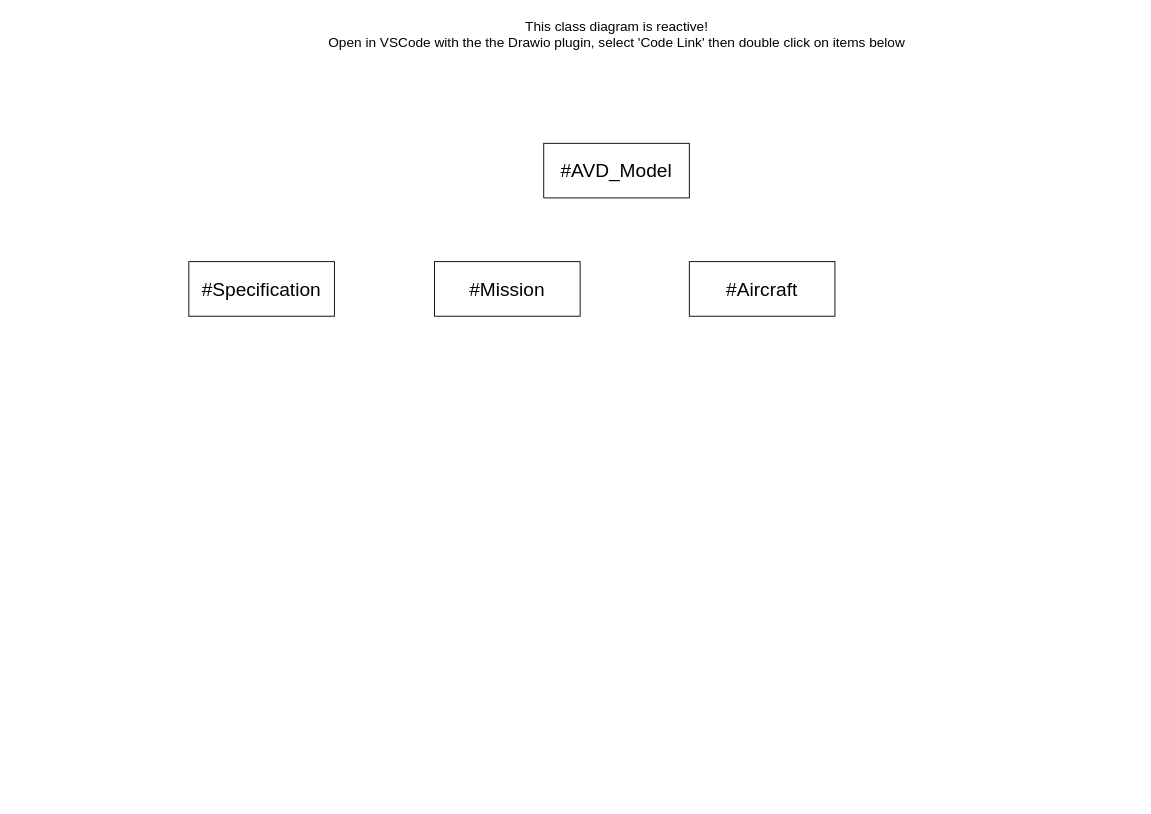
AVD-2021/PyAVD keeps this draw.io diagram as pyavd/Models/Outline.drawio. Above is the earlier version. Source tidied: cells renumbered, new cells numbered last; positions are measured from the earlier drawing's top-left corner, leaving out a move shared by most shapes. Both pictures are drawn from the tidied source at 91%, with x=0, y=0 at pixel (188, 15).
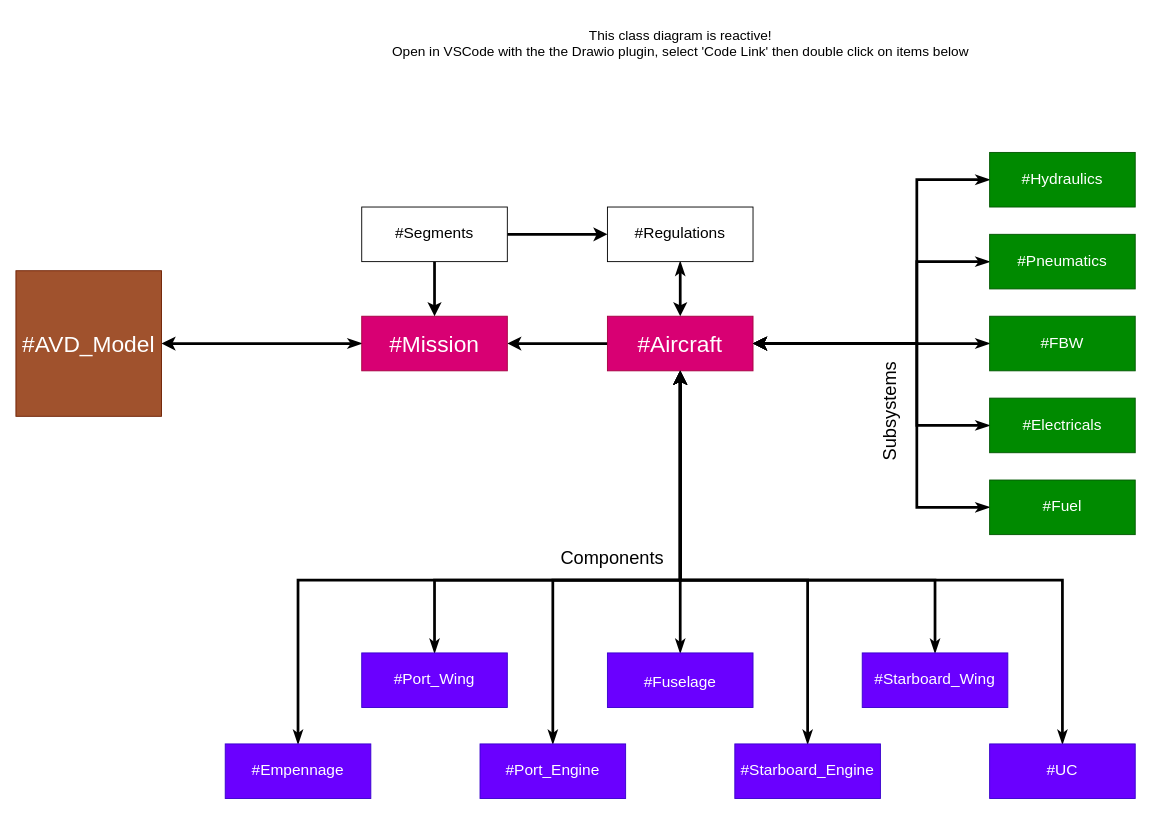
The same diagram, later.

Change to the diagram source:
```diff
@@
+    <mxCell id="7" style="edgeStyle=orthogonalEdgeStyle;rounded=0;jettySize=auto;html=1;entryX=1;entryY=0.5;entryDx=0;entryDy=0;strokeWidth=3;" parent="1" edge="1" source="2" target="4">
+      <mxGeometry relative="1" as="geometry" />
+    </mxCell>
-    <mxCell id="2" value="#Aircraft" style="whiteSpace=wrap;html=1;fontSize=21;" parent="1" vertex="1">
-      <mxGeometry x="550" y="270" width="160" height="60" as="geometry" />
+    <mxCell id="2" value="#Aircraft" style="whiteSpace=wrap;html=1;fontSize=25;fillColor=#d80073;strokeColor=#A50040;fontColor=#ffffff;" parent="1" vertex="1">
+      <mxGeometry x="460" y="330" width="160" height="60" as="geometry" />
     </mxCell>
     <mxCell id="3" value="&lt;font style=&quot;font-size: 15px&quot;&gt;This class diagram is reactive!&lt;br&gt;Open in VSCode with the the Drawio plugin, select 'Code Link' then double click on items below&lt;/font&gt;" style="text;html=1;align=center;verticalAlign=middle;strokeColor=none;" parent="1" vertex="1">
-      <mxGeometry x="145" width="650" height="40" as="geometry" />
+      <mxGeometry x="215" y="10" width="650" height="40" as="geometry" />
     </mxCell>
+    <mxCell id="8" style="edgeStyle=orthogonalEdgeStyle;rounded=0;jettySize=auto;html=1;startArrow=classicThin;startFill=1;strokeWidth=3;" parent="1" edge="1" source="4" target="6">
+      <mxGeometry relative="1" as="geometry" />
+    </mxCell>
-    <mxCell id="4" value="#Mission" style="whiteSpace=wrap;html=1;fontSize=21;" parent="1" vertex="1">
-      <mxGeometry x="270" y="270" width="160" height="60" as="geometry" />
+    <mxCell id="4" value="#Mission" style="whiteSpace=wrap;html=1;fontSize=25;fillColor=#d80073;strokeColor=#A50040;fontColor=#ffffff;" parent="1" vertex="1">
+      <mxGeometry x="190" y="330" width="160" height="60" as="geometry" />
     </mxCell>
+    <mxCell id="9" style="edgeStyle=orthogonalEdgeStyle;rounded=0;jettySize=auto;html=1;startArrow=classicThin;startFill=1;strokeWidth=3;" parent="1" edge="1" source="5" target="2">
+      <mxGeometry relative="1" as="geometry" />
+    </mxCell>
-    <mxCell id="5" value="#Specification" style="whiteSpace=wrap;html=1;fontSize=21;" parent="1" vertex="1">
-      <mxGeometry y="270" width="160" height="60" as="geometry" />
+    <mxCell id="5" value="#Regulations" style="whiteSpace=wrap;html=1;fontSize=17;" parent="1" vertex="1">
+      <mxGeometry x="460" y="210" width="160" height="60" as="geometry" />
     </mxCell>
-    <mxCell id="6" value="#AVD_Model" style="whiteSpace=wrap;html=1;fontSize=21;" parent="1" vertex="1">
-      <mxGeometry x="390" y="140" width="160" height="60" as="geometry" />
+    <mxCell id="6" value="#AVD_Model" style="whiteSpace=wrap;html=1;fontSize=25;fillColor=#a0522d;strokeColor=#6D1F00;fontColor=#ffffff;sketch=0;" parent="1" vertex="1">
+      <mxGeometry x="-190" y="280" width="160" height="160" as="geometry" />
     </mxCell>
+    <mxCell id="10" style="edgeStyle=orthogonalEdgeStyle;rounded=0;jettySize=auto;html=1;strokeWidth=3;" parent="1" edge="1" source="12" target="4">
+      <mxGeometry relative="1" as="geometry" />
+    </mxCell>
+    <mxCell id="11" style="edgeStyle=orthogonalEdgeStyle;rounded=0;jettySize=auto;html=1;fontSize=17;startArrow=none;startFill=0;strokeWidth=3;" parent="1" edge="1" source="12" target="5">
+      <mxGeometry relative="1" as="geometry" />
+    </mxCell>
+    <mxCell id="12" value="#Segments" style="whiteSpace=wrap;html=1;fontSize=17;" parent="1" vertex="1">
+      <mxGeometry x="190" y="210" width="160" height="60" as="geometry" />
+    </mxCell>
+    <mxCell id="13" style="edgeStyle=orthogonalEdgeStyle;rounded=0;jettySize=auto;html=1;fontSize=17;startArrow=classicThin;startFill=1;strokeWidth=3;" parent="1" edge="1" source="14" target="2">
+      <mxGeometry relative="1" as="geometry" />
+    </mxCell>
+    <mxCell id="14" value="&lt;font style=&quot;font-size: 17px&quot;&gt;#Fuselage&lt;/font&gt;" style="whiteSpace=wrap;html=1;fontSize=21;fillColor=#6a00ff;strokeColor=#3700CC;fontColor=#ffffff;" parent="1" vertex="1">
+      <mxGeometry x="460" y="700" width="160" height="60" as="geometry" />
+    </mxCell>
+    <mxCell id="15" style="edgeStyle=orthogonalEdgeStyle;rounded=0;jettySize=auto;html=1;fontSize=17;startArrow=classicThin;startFill=1;strokeWidth=3;" parent="1" edge="1" source="16" target="2">
+      <mxGeometry relative="1" as="geometry">
+        <Array as="points">
+          <mxPoint x="270" y="620" />
+          <mxPoint x="540" y="620" />
+        </Array>
+      </mxGeometry>
+    </mxCell>
+    <mxCell id="16" value="#Port_Wing" style="whiteSpace=wrap;html=1;fontSize=17;fillColor=#6a00ff;strokeColor=#3700CC;fontColor=#ffffff;" parent="1" vertex="1">
+      <mxGeometry x="190" y="700" width="160" height="60" as="geometry" />
+    </mxCell>
+    <mxCell id="17" style="edgeStyle=orthogonalEdgeStyle;rounded=0;jettySize=auto;html=1;fontSize=17;startArrow=classicThin;startFill=1;strokeWidth=3;" parent="1" edge="1" source="18" target="2">
+      <mxGeometry relative="1" as="geometry">
+        <Array as="points">
+          <mxPoint x="820" y="620" />
+          <mxPoint x="540" y="620" />
+        </Array>
+      </mxGeometry>
+    </mxCell>
+    <mxCell id="18" value="#Starboard_Wing" style="whiteSpace=wrap;html=1;fontSize=17;fillColor=#6a00ff;strokeColor=#3700CC;fontColor=#ffffff;" parent="1" vertex="1">
+      <mxGeometry x="740" y="700" width="160" height="60" as="geometry" />
+    </mxCell>
+    <mxCell id="19" style="edgeStyle=orthogonalEdgeStyle;rounded=0;jettySize=auto;html=1;entryX=0.5;entryY=1;entryDx=0;entryDy=0;fontSize=17;startArrow=classicThin;startFill=1;exitX=0.5;exitY=0;exitDx=0;exitDy=0;strokeWidth=3;" parent="1" edge="1" source="20" target="2">
+      <mxGeometry relative="1" as="geometry">
+        <Array as="points">
+          <mxPoint x="400" y="620" />
+          <mxPoint x="540" y="620" />
+        </Array>
+      </mxGeometry>
+    </mxCell>
+    <mxCell id="20" value="#Port_Engine" style="whiteSpace=wrap;html=1;fontSize=17;fillColor=#6a00ff;strokeColor=#3700CC;fontColor=#ffffff;" parent="1" vertex="1">
+      <mxGeometry x="320" y="800" width="160" height="60" as="geometry" />
+    </mxCell>
+    <mxCell id="21" style="edgeStyle=orthogonalEdgeStyle;rounded=0;jettySize=auto;html=1;fontSize=17;startArrow=classicThin;startFill=1;strokeWidth=3;" parent="1" edge="1" source="22" target="2">
+      <mxGeometry relative="1" as="geometry">
+        <Array as="points">
+          <mxPoint x="680" y="620" />
+          <mxPoint x="540" y="620" />
+        </Array>
+      </mxGeometry>
+    </mxCell>
+    <mxCell id="22" value="#Starboard_Engine" style="whiteSpace=wrap;html=1;fontSize=17;fillColor=#6a00ff;strokeColor=#3700CC;fontColor=#ffffff;" parent="1" vertex="1">
+      <mxGeometry x="600" y="800" width="160" height="60" as="geometry" />
+    </mxCell>
+    <mxCell id="23" style="edgeStyle=orthogonalEdgeStyle;rounded=0;jettySize=auto;html=1;fontSize=17;startArrow=classicThin;startFill=1;exitX=0.5;exitY=0;exitDx=0;exitDy=0;strokeWidth=3;" parent="1" edge="1" source="24" target="2">
+      <mxGeometry relative="1" as="geometry">
+        <Array as="points">
+          <mxPoint x="120" y="620" />
+          <mxPoint x="540" y="620" />
+        </Array>
+      </mxGeometry>
+    </mxCell>
+    <mxCell id="24" value="#Empennage" style="whiteSpace=wrap;html=1;fontSize=17;fillColor=#6a00ff;strokeColor=#3700CC;fontColor=#ffffff;" parent="1" vertex="1">
+      <mxGeometry x="40" y="800" width="160" height="60" as="geometry" />
+    </mxCell>
+    <mxCell id="25" style="edgeStyle=orthogonalEdgeStyle;rounded=0;jettySize=auto;html=1;entryX=0.5;entryY=1;entryDx=0;entryDy=0;fontSize=17;startArrow=classicThin;startFill=1;exitX=0.5;exitY=0;exitDx=0;exitDy=0;strokeWidth=3;" parent="1" edge="1" source="26" target="2">
+      <mxGeometry relative="1" as="geometry">
+        <Array as="points">
+          <mxPoint x="960" y="620" />
+          <mxPoint x="540" y="620" />
+        </Array>
+      </mxGeometry>
+    </mxCell>
+    <mxCell id="26" value="#UC" style="whiteSpace=wrap;html=1;fontSize=17;fillColor=#6a00ff;strokeColor=#3700CC;fontColor=#ffffff;" parent="1" vertex="1">
+      <mxGeometry x="880" y="800" width="160" height="60" as="geometry" />
+    </mxCell>
+    <mxCell id="27" style="edgeStyle=orthogonalEdgeStyle;rounded=0;jettySize=auto;html=1;entryX=1;entryY=0.5;entryDx=0;entryDy=0;fontSize=20;startArrow=classicThin;startFill=1;strokeWidth=3;" parent="1" edge="1" source="28" target="2">
+      <mxGeometry relative="1" as="geometry">
+        <Array as="points">
+          <mxPoint x="800" y="270" />
+          <mxPoint x="800" y="360" />
+        </Array>
+      </mxGeometry>
+    </mxCell>
+    <mxCell id="28" value="#Pneumatics" style="whiteSpace=wrap;html=1;fontSize=17;fillColor=#008a00;strokeColor=#005700;fontColor=#ffffff;" parent="1" vertex="1">
+      <mxGeometry x="880" y="240" width="160" height="60" as="geometry" />
+    </mxCell>
+    <mxCell id="29" style="edgeStyle=orthogonalEdgeStyle;rounded=0;jettySize=auto;html=1;entryX=1;entryY=0.5;entryDx=0;entryDy=0;fontSize=20;startArrow=classicThin;startFill=1;strokeWidth=3;" parent="1" edge="1" source="30" target="2">
+      <mxGeometry relative="1" as="geometry" />
+    </mxCell>
+    <mxCell id="30" value="#FBW" style="whiteSpace=wrap;html=1;fontSize=17;fillColor=#008a00;strokeColor=#005700;fontColor=#ffffff;" parent="1" vertex="1">
+      <mxGeometry x="880" y="330" width="160" height="60" as="geometry" />
+    </mxCell>
+    <mxCell id="31" style="edgeStyle=orthogonalEdgeStyle;rounded=0;jettySize=auto;html=1;entryX=1;entryY=0.5;entryDx=0;entryDy=0;fontSize=20;startArrow=classicThin;startFill=1;strokeWidth=3;" parent="1" edge="1" source="32" target="2">
+      <mxGeometry relative="1" as="geometry">
+        <Array as="points">
+          <mxPoint x="800" y="180" />
+          <mxPoint x="800" y="360" />
+        </Array>
+      </mxGeometry>
+    </mxCell>
+    <mxCell id="32" value="#Hydraulics" style="whiteSpace=wrap;html=1;fontSize=17;fillColor=#008a00;strokeColor=#005700;fontColor=#ffffff;" parent="1" vertex="1">
+      <mxGeometry x="880" y="150" width="160" height="60" as="geometry" />
+    </mxCell>
+    <mxCell id="33" style="edgeStyle=orthogonalEdgeStyle;rounded=0;jettySize=auto;html=1;entryX=1;entryY=0.5;entryDx=0;entryDy=0;fontSize=20;startArrow=classicThin;startFill=1;strokeWidth=3;" parent="1" edge="1" source="34" target="2">
+      <mxGeometry relative="1" as="geometry">
+        <Array as="points">
+          <mxPoint x="800" y="450" />
+          <mxPoint x="800" y="360" />
+        </Array>
+      </mxGeometry>
+    </mxCell>
+    <mxCell id="34" value="#Electricals" style="whiteSpace=wrap;html=1;fontSize=17;fillColor=#008a00;strokeColor=#005700;fontColor=#ffffff;" parent="1" vertex="1">
+      <mxGeometry x="880" y="420" width="160" height="60" as="geometry" />
+    </mxCell>
+    <mxCell id="35" value="Components" style="text;html=1;align=center;verticalAlign=middle;strokeColor=none;fontSize=20;" parent="1" vertex="1">
+      <mxGeometry x="400" y="580" width="130" height="30" as="geometry" />
+    </mxCell>
+    <mxCell id="36" style="edgeStyle=orthogonalEdgeStyle;rounded=0;jettySize=auto;html=1;entryX=1;entryY=0.5;entryDx=0;entryDy=0;fontSize=20;startArrow=classicThin;startFill=1;strokeWidth=3;" parent="1" edge="1" source="37" target="2">
+      <mxGeometry relative="1" as="geometry">
+        <Array as="points">
+          <mxPoint x="800" y="540" />
+          <mxPoint x="800" y="360" />
+        </Array>
+      </mxGeometry>
+    </mxCell>
+    <mxCell id="37" value="#Fuel" style="whiteSpace=wrap;html=1;fontSize=17;fillColor=#008a00;strokeColor=#005700;fontColor=#ffffff;" parent="1" vertex="1">
+      <mxGeometry x="880" y="510" width="160" height="60" as="geometry" />
+    </mxCell>
+    <mxCell id="38" value="Subsystems" style="text;html=1;align=center;verticalAlign=middle;strokeColor=none;fontSize=20;rotation=-90;" parent="1" vertex="1">
+      <mxGeometry x="710" y="420" width="120" height="30" as="geometry" />
+    </mxCell>
```
